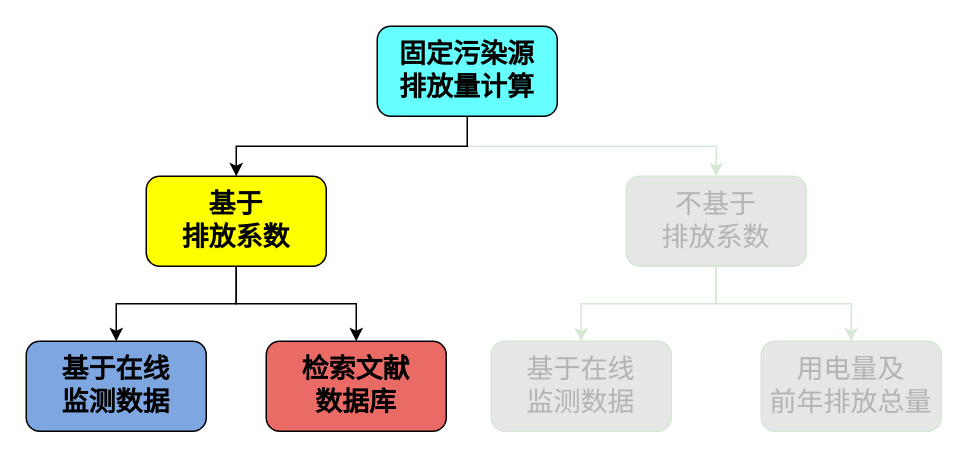
Earlier version of the draw.io diagram 基于排放系数计算法.drawio (WienWong/Misc). Source tidied: cells renumbered, new cells numbered last; positions are measured from the earlier drawing's top-left corner, leaving out a move shared by most shapes. Both pictures are drawn from the tidied source at 150%, with x=0, y=0 at pixel (26, 26).
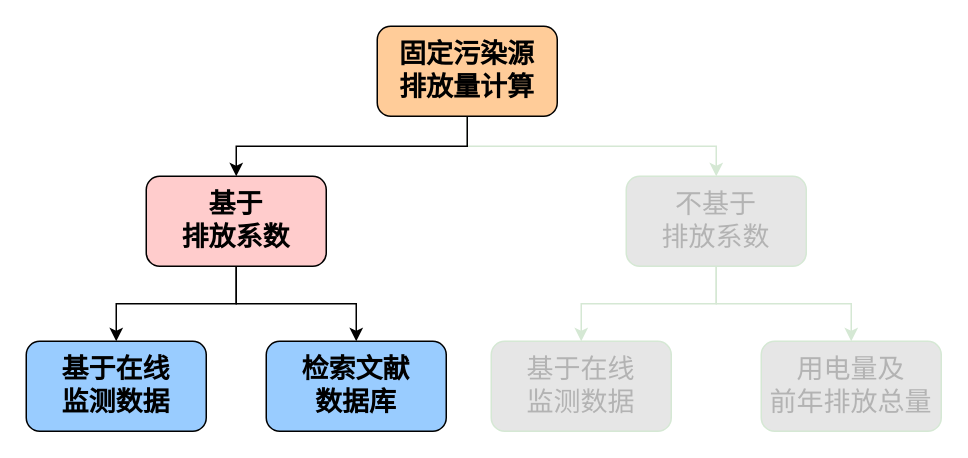
Above is the later version.

Commit message:
Update 基于排放系数计算法.drawio

Diff of the diagram source:
```diff
@@
 <mxGraphModel>
   <root>
     <mxCell id="0" />
     <mxCell id="1" parent="0" />
     <mxCell id="2" style="edgeStyle=orthogonalEdgeStyle;rounded=0;jettySize=auto;html=1;exitX=0.5;exitY=1;exitDx=0;exitDy=0;fillColor=#FFFFFF;strokeColor=#D5E8D4;" parent="1" edge="1" source="4" target="7">
       <mxGeometry relative="1" as="geometry" />
     </mxCell>
     <mxCell id="3" style="edgeStyle=orthogonalEdgeStyle;rounded=0;jettySize=auto;html=1;exitX=0.5;exitY=1;exitDx=0;exitDy=0;entryX=0.5;entryY=0;entryDx=0;entryDy=0;strokeColor=#000000;fillColor=#E6E6E6;" parent="1" edge="1" source="4" target="10">
       <mxGeometry relative="1" as="geometry" />
     </mxCell>
-    <mxCell id="4" value="&lt;font style=&quot;font-size: 18px&quot;&gt;&lt;b&gt;固定污染源&lt;br&gt;排放量计算&lt;/b&gt;&lt;/font&gt;" style="rounded=1;whiteSpace=wrap;html=1;fillColor=#66FFFF;" parent="1" vertex="1">
+    <mxCell id="4" value="&lt;font style=&quot;font-size: 18px&quot;&gt;&lt;b&gt;固定污染源&lt;br&gt;排放量计算&lt;/b&gt;&lt;/font&gt;" style="rounded=1;whiteSpace=wrap;html=1;fillColor=#FFCC99;" parent="1" vertex="1">
       <mxGeometry x="234" width="120" height="60" as="geometry" />
     </mxCell>
     <mxCell id="5" style="edgeStyle=orthogonalEdgeStyle;rounded=0;jettySize=auto;html=1;exitX=0.5;exitY=1;exitDx=0;exitDy=0;entryX=0.5;entryY=0;entryDx=0;entryDy=0;fillColor=#E6E6E6;strokeColor=#D5E8D4;" parent="1" edge="1" source="7" target="11">
       <mxGeometry relative="1" as="geometry" />
     </mxCell>
     <mxCell id="6" style="edgeStyle=orthogonalEdgeStyle;rounded=0;jettySize=auto;html=1;exitX=0.5;exitY=1;exitDx=0;exitDy=0;entryX=0.5;entryY=0;entryDx=0;entryDy=0;fillColor=#E6E6E6;strokeColor=#D5E8D4;" parent="1" edge="1" source="7" target="12">
       <mxGeometry relative="1" as="geometry" />
     </mxCell>
     <mxCell id="7" value="&lt;font style=&quot;font-size: 18px ; background-color: rgb(230 , 230 , 230)&quot; color=&quot;#b3b3b3&quot;&gt;不基于&lt;br&gt;排放系数&lt;/font&gt;" style="rounded=1;whiteSpace=wrap;html=1;strokeColor=#D5E8D4;fillColor=#E6E6E6;" parent="1" vertex="1">
       <mxGeometry x="400" y="100" width="120" height="60" as="geometry" />
     </mxCell>
     <mxCell id="8" style="edgeStyle=orthogonalEdgeStyle;rounded=0;jettySize=auto;html=1;exitX=0.5;exitY=1;exitDx=0;exitDy=0;entryX=0.5;entryY=0;entryDx=0;entryDy=0;" parent="1" edge="1" source="10" target="13">
       <mxGeometry relative="1" as="geometry" />
     </mxCell>
     <mxCell id="9" style="edgeStyle=orthogonalEdgeStyle;rounded=0;jettySize=auto;html=1;exitX=0.5;exitY=1;exitDx=0;exitDy=0;entryX=0.5;entryY=0;entryDx=0;entryDy=0;" parent="1" edge="1" source="10" target="14">
       <mxGeometry relative="1" as="geometry" />
     </mxCell>
-    <mxCell id="10" value="&lt;font style=&quot;font-size: 18px&quot;&gt;&lt;b&gt;基于&lt;br&gt;排放系数&lt;/b&gt;&lt;/font&gt;" style="rounded=1;whiteSpace=wrap;html=1;fillColor=#FFFF00;" parent="1" vertex="1">
+    <mxCell id="10" value="&lt;font style=&quot;font-size: 18px&quot;&gt;&lt;b&gt;基于&lt;br&gt;排放系数&lt;/b&gt;&lt;/font&gt;" style="rounded=1;whiteSpace=wrap;html=1;fillColor=#FFCCCC;" parent="1" vertex="1">
       <mxGeometry x="80" y="100" width="120" height="60" as="geometry" />
     </mxCell>
     <mxCell id="11" value="&lt;font style=&quot;font-size: 18px&quot; color=&quot;#b3b3b3&quot;&gt;基于在线&lt;br&gt;监测数据&lt;/font&gt;" style="rounded=1;whiteSpace=wrap;html=1;strokeColor=#D5E8D4;fillColor=#E6E6E6;" parent="1" vertex="1">
       <mxGeometry x="310" y="210" width="120" height="60" as="geometry" />
     </mxCell>
     <mxCell id="12" value="&lt;span style=&quot;font-size: 18px&quot;&gt;&lt;font color=&quot;#b3b3b3&quot;&gt;用电量及&lt;br&gt;前年排放总量&lt;/font&gt;&lt;/span&gt;" style="rounded=1;whiteSpace=wrap;html=1;strokeColor=#D5E8D4;fillColor=#E6E6E6;" parent="1" vertex="1">
       <mxGeometry x="490" y="210" width="120" height="60" as="geometry" />
     </mxCell>
-    <mxCell id="13" value="&lt;font style=&quot;font-size: 18px&quot;&gt;&lt;b&gt;基于在线&lt;br&gt;监测数据&lt;/b&gt;&lt;/font&gt;" style="rounded=1;whiteSpace=wrap;html=1;fillColor=#7EA6E0;" parent="1" vertex="1">
+    <mxCell id="13" value="&lt;font style=&quot;font-size: 18px&quot;&gt;&lt;b&gt;基于在线&lt;br&gt;监测数据&lt;/b&gt;&lt;/font&gt;" style="rounded=1;whiteSpace=wrap;html=1;fillColor=#99CCFF;" parent="1" vertex="1">
       <mxGeometry y="210" width="120" height="60" as="geometry" />
     </mxCell>
-    <mxCell id="14" value="&lt;font style=&quot;font-size: 18px&quot;&gt;&lt;b&gt;检索文献&lt;br&gt;数据库&lt;/b&gt;&lt;/font&gt;" style="rounded=1;whiteSpace=wrap;html=1;fillColor=#EA6B66;" parent="1" vertex="1">
+    <mxCell id="14" value="&lt;font style=&quot;font-size: 18px&quot;&gt;&lt;b&gt;检索文献&lt;br&gt;数据库&lt;/b&gt;&lt;/font&gt;" style="rounded=1;whiteSpace=wrap;html=1;fillColor=#99CCFF;" parent="1" vertex="1">
       <mxGeometry x="160" y="210" width="120" height="60" as="geometry" />
     </mxCell>
   </root>
 </mxGraphModel>
```
